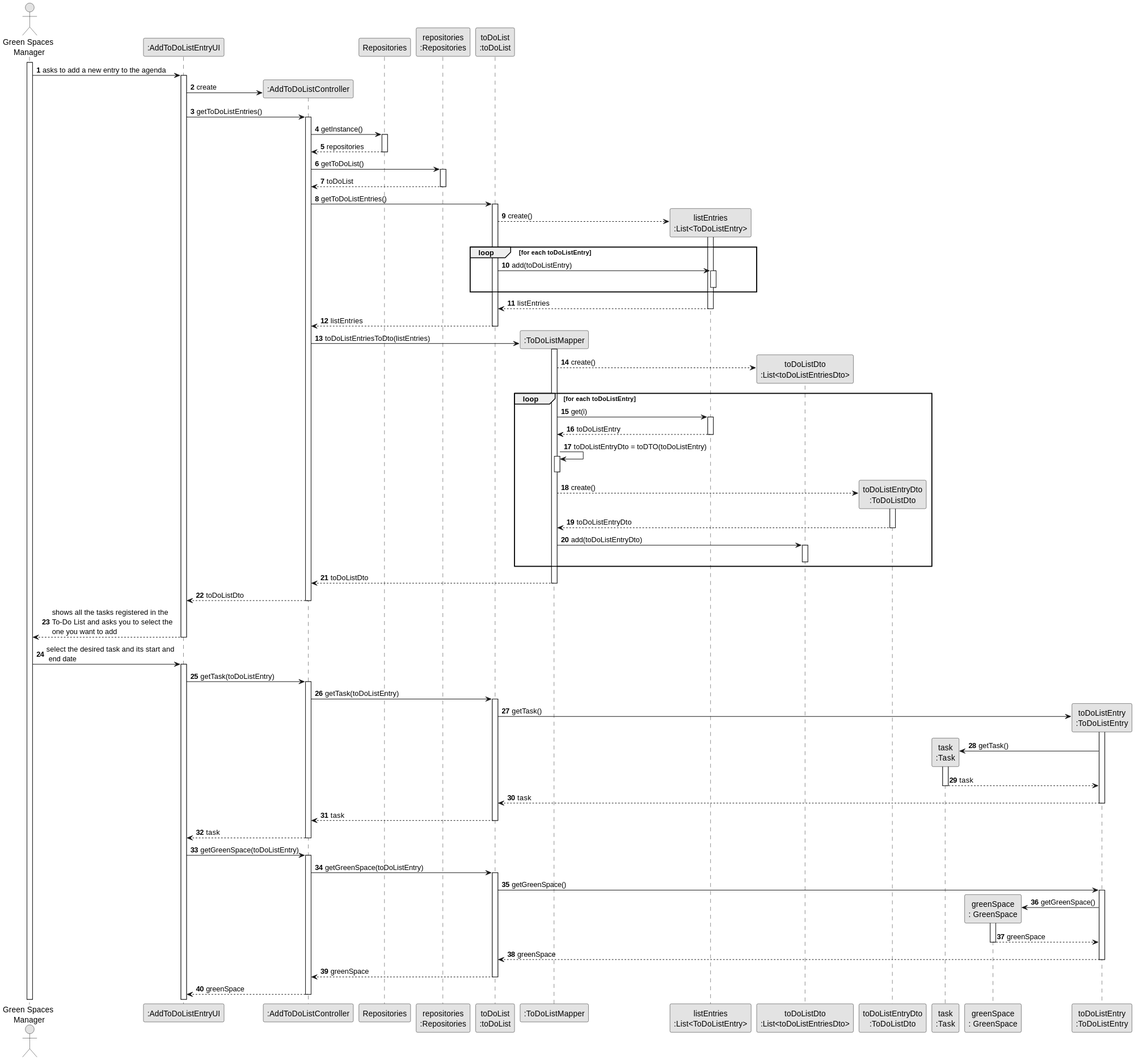
Before: docs/sprintC/us021/03.design/svg/us021-sequence-diagram-full.svg, a diagram exported from PlantUML (diogoveirospro/lei-24-s2-1dg-g072).
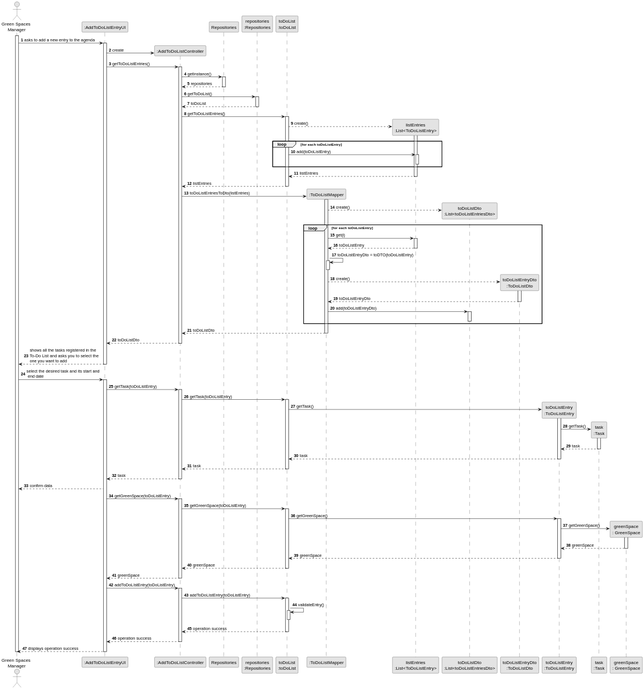
After the commit.

What changed in the source:
```diff
@@ -19,7 +19,7 @@
 participant "toDoListEntry\n:ToDoListEntry" as TODOLISTENTRY
 participant "task\n:Task" as TASK
 participant "greenSpace\n: GreenSpace" as GREENSPACE
-participant "agendaEntry\n:ToDoListEntry" as TODOLISTENTRY
+
 
 activate GSM
 
@@ -126,27 +126,51 @@
             CTRL --> UI : task
         deactivate CTRL
 
-        UI -> CTRL : getGreenSpace(toDoListEntry)
+        UI --> GSM: confirm data
+
+         UI -> CTRL : getGreenSpace(toDoListEntry)
+                activate CTRL
+
+                    CTRL -> TODOLIST : getGreenSpace(toDoListEntry)
+                    activate TODOLIST
+
+                        TODOLIST -> TODOLISTENTRY : getGreenSpace()
+                        activate TODOLISTENTRY
+
+                            TODOLISTENTRY -> GREENSPACE** : getGreenSpace()
+                            activate GREENSPACE
+
+                                GREENSPACE --> TODOLISTENTRY : greenSpace
+                            deactivate GREENSPACE
+
+                            TODOLISTENTRY --> TODOLIST : greenSpace
+                        deactivate TODOLISTENTRY
+
+                        TODOLIST --> CTRL : greenSpace
+                    deactivate TODOLIST
+
+                    CTRL --> UI : greenSpace
+                deactivate CTRL
+
+        UI -> CTRL : addToDoLIstEntry(toDoListEntry)
         activate CTRL
 
-            CTRL -> TODOLIST : getGreenSpace(toDoListEntry)
+            CTRL -> TODOLIST : addToDoLIstEntry(toDoListEntry)
             activate TODOLIST
 
-                TODOLIST -> TODOLISTENTRY : getGreenSpace()
-                activate TODOLISTENTRY
+            TODOLIST -> TODOLIST : validateEntry()
+            activate TODOLIST
 
-                    TODOLISTENTRY -> GREENSPACE** : getGreenSpace()
-                    activate GREENSPACE
-
-                        GREENSPACE --> TODOLISTENTRY : greenSpace
-                    deactivate GREENSPACE
-
-                    TODOLISTENTRY --> TODOLIST : greenSpace
-                deactivate TODOLISTENTRY
-
-                TODOLIST --> CTRL : greenSpace
             deactivate TODOLIST
 
-            CTRL --> UI : greenSpace
+            TODOLIST --> CTRL : operation success
+            deactivate TODOLIST
+
+            CTRL --> UI : operation success
         deactivate CTRL
+
+        UI --> GSM: displays operation success
+    deactivate UI
+
+deactivate GSM
 @enduml
```
